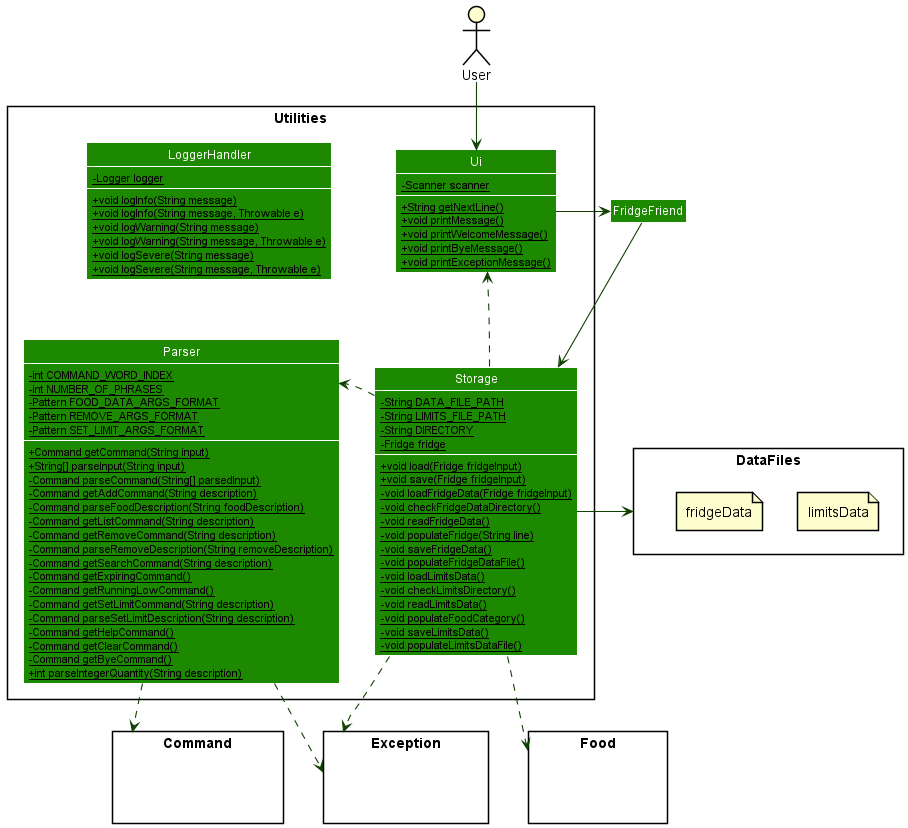
Earlier version of the PlantUML export docs/diagrams/diagram_images/UtilitiesClassDiagram.png (nus-cs2113-AY2021S2/tp).
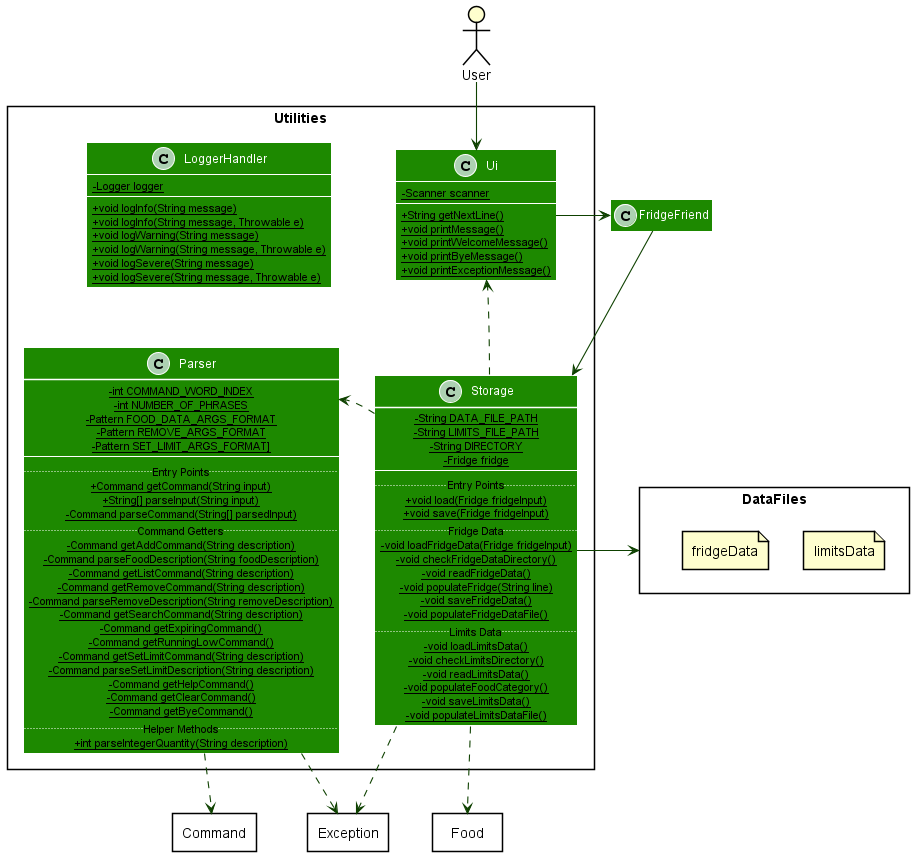
The same diagram one commit later.

Change to the diagram source:
```diff
@@ -21,15 +21,12 @@
 }
 
 package Food <<Rectangle>> {
-    class hiddenFood #FFFFFF
 }
 
 package Exception <<Rectangle>> {
-    class hiddenException #FFFFFF
 }
 
 package Command <<Rectangle>>{
-    class hiddenCommand #FFFFFF
 }
 
 class Ui {
@@ -56,14 +53,18 @@
   -{static} String LIMITS_FILE_PATH
   -{static} String DIRECTORY
   -{static} Fridge fridge
+  --
+  .. Entry Points ..
   +{static} void load(Fridge fridgeInput)
   +{static} void save(Fridge fridgeInput)
+  .. Fridge Data ..
   -{static} void loadFridgeData(Fridge fridgeInput)
   -{static} void checkFridgeDataDirectory()
   -{static} void readFridgeData()
   -{static} void populateFridge(String line)
   -{static} void saveFridgeData()
   -{static} void populateFridgeDataFile()
+  .. Limits Data ..
   -{static} void loadLimitsData()
   -{static} void checkLimitsDirectory()
   -{static} void readLimitsData()
@@ -77,10 +78,13 @@
   -{static} int NUMBER_OF_PHRASES
   -{static} Pattern FOOD_DATA_ARGS_FORMAT
   -{static} Pattern REMOVE_ARGS_FORMAT
-  -{static} Pattern SET_LIMIT_ARGS_FORMAT
+  -{static} Pattern SET_LIMIT_ARGS_FORMAT]
+  --
+  .. Entry Points ..
   +{static} Command getCommand(String input)
   +{static} String[] parseInput(String input)
   -{static} Command parseCommand(String[] parsedInput)
+  .. Command Getters ..
   -{static} Command getAddCommand(String description)
   -{static} Command parseFoodDescription(String foodDescription)
   -{static} Command getListCommand(String description)
@@ -94,6 +98,7 @@
   -{static} Command getHelpCommand()
   -{static} Command getClearCommand()
   -{static} Command getByeCommand()
+  .. Helper Methods ..
   +{static} int parseIntegerQuantity(String description)
 }
 
```
